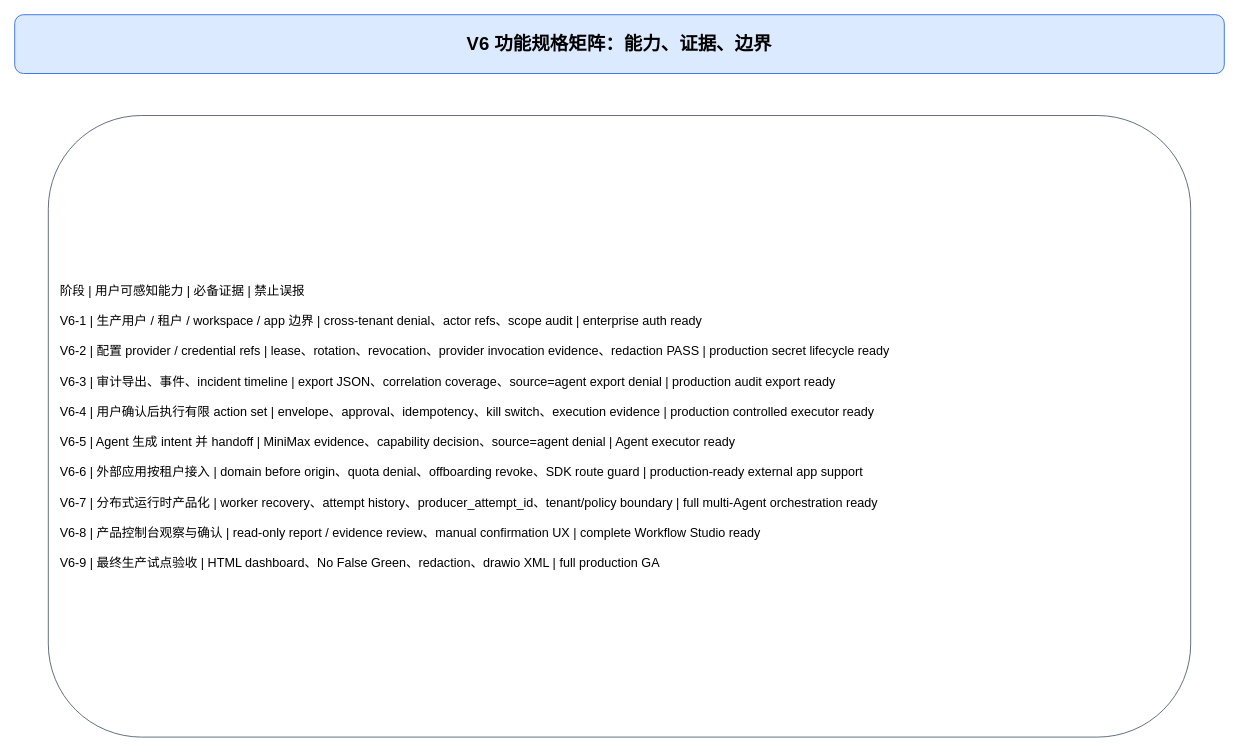
The draw.io diagram page "04 功能规格矩阵" (4 of 8) of harnessOS/docs/design/V6.x/v6_current_gap_analysis.drawio in ljx418/meeting-voice-assistant, before the edit. Source tidied: cells renumbered, new cells numbered last; positions are measured from the earlier drawing's top-left corner, leaving out a move shared by most shapes. Both pictures are drawn from the tidied source at 84%, with x=0, y=0 at pixel (14, 14).
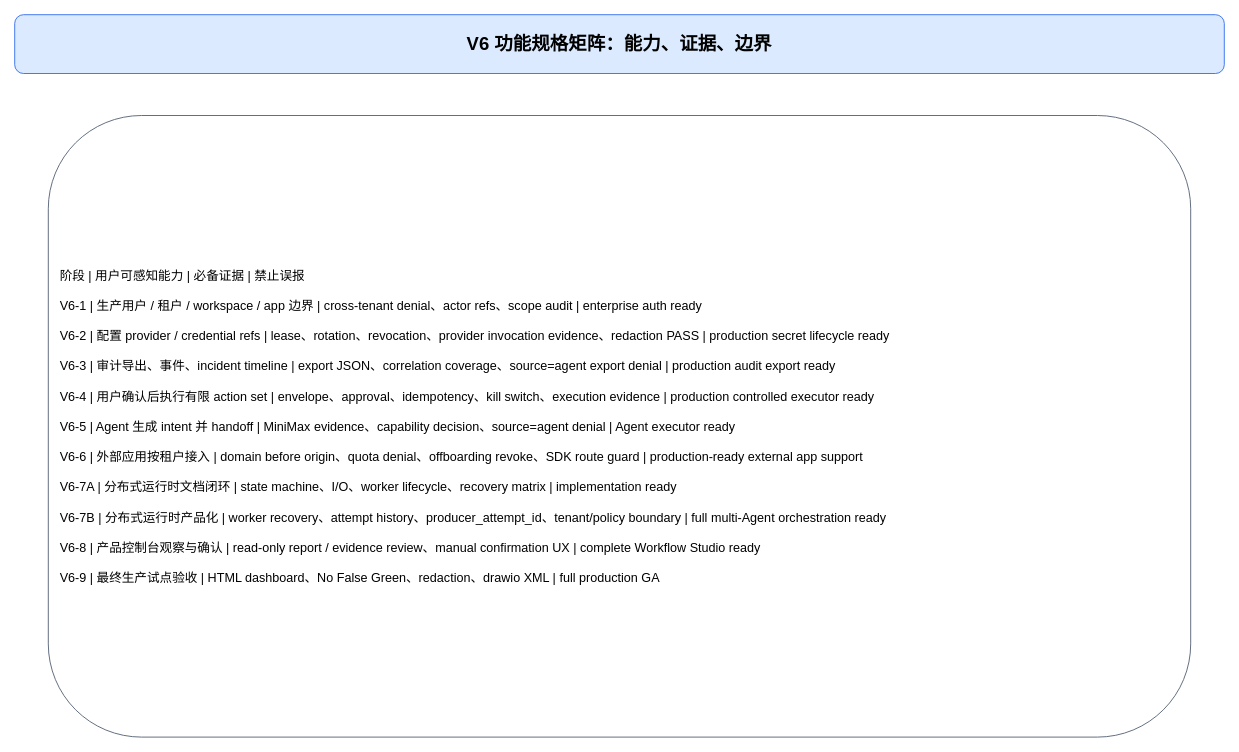
After the change.

Diff of the diagram source:
```diff
@@
 <mxGraphModel>
   <root>
     <mxCell id="0" />
     <mxCell id="1" parent="0" />
     <mxCell id="2" value="V6 功能规格矩阵：能力、证据、边界" style="rounded=1;whiteSpace=wrap;html=1;fillColor=#dbeafe;strokeColor=#2563eb;fontSize=22;fontStyle=1;align=center;" parent="1" vertex="1">
       <mxGeometry width="1440" height="70" as="geometry" />
     </mxCell>
-    <mxCell id="3" value="阶段 | 用户可感知能力 | 必备证据 | 禁止误报&#10;&#10;V6-1 | 生产用户 / 租户 / workspace / app 边界 | cross-tenant denial、actor refs、scope audit | enterprise auth ready&#10;&#10;V6-2 | 配置 provider / credential refs | lease、rotation、revocation、provider invocation evidence、redaction PASS | production secret lifecycle ready&#10;&#10;V6-3 | 审计导出、事件、incident timeline | export JSON、correlation coverage、source=agent export denial | production audit export ready&#10;&#10;V6-4 | 用户确认后执行有限 action set | envelope、approval、idempotency、kill switch、execution evidence | production controlled executor ready&#10;&#10;V6-5 | Agent 生成 intent 并 handoff | MiniMax evidence、capability decision、source=agent denial | Agent executor ready&#10;&#10;V6-6 | 外部应用按租户接入 | domain before origin、quota denial、offboarding revoke、SDK route guard | production-ready external app support&#10;&#10;V6-7 | 分布式运行时产品化 | worker recovery、attempt history、producer_attempt_id、tenant/policy boundary | full multi-Agent orchestration ready&#10;&#10;V6-8 | 产品控制台观察与确认 | read-only report / evidence review、manual confirmation UX | complete Workflow Studio ready&#10;&#10;V6-9 | 最终生产试点验收 | HTML dashboard、No False Green、redaction、drawio XML | full production GA" style="rounded=1;whiteSpace=wrap;html=1;fillColor=#ffffff;strokeColor=#475569;fontSize=15;align=left;spacing=14;" parent="1" vertex="1">
+    <mxCell id="3" value="阶段 | 用户可感知能力 | 必备证据 | 禁止误报&#10;&#10;V6-1 | 生产用户 / 租户 / workspace / app 边界 | cross-tenant denial、actor refs、scope audit | enterprise auth ready&#10;&#10;V6-2 | 配置 provider / credential refs | lease、rotation、revocation、provider invocation evidence、redaction PASS | production secret lifecycle ready&#10;&#10;V6-3 | 审计导出、事件、incident timeline | export JSON、correlation coverage、source=agent export denial | production audit export ready&#10;&#10;V6-4 | 用户确认后执行有限 action set | envelope、approval、idempotency、kill switch、execution evidence | production controlled executor ready&#10;&#10;V6-5 | Agent 生成 intent 并 handoff | MiniMax evidence、capability decision、source=agent denial | Agent executor ready&#10;&#10;V6-6 | 外部应用按租户接入 | domain before origin、quota denial、offboarding revoke、SDK route guard | production-ready external app support&#10;&#10;V6-7A | 分布式运行时文档闭环 | state machine、I/O、worker lifecycle、recovery matrix | implementation ready&#10;&#10;V6-7B | 分布式运行时产品化 | worker recovery、attempt history、producer_attempt_id、tenant/policy boundary | full multi-Agent orchestration ready&#10;&#10;V6-8 | 产品控制台观察与确认 | read-only report / evidence review、manual confirmation UX | complete Workflow Studio ready&#10;&#10;V6-9 | 最终生产试点验收 | HTML dashboard、No False Green、redaction、drawio XML | full production GA" style="rounded=1;whiteSpace=wrap;html=1;fillColor=#ffffff;strokeColor=#475569;fontSize=15;align=left;spacing=14;" parent="1" vertex="1">
       <mxGeometry x="40" y="120" width="1360" height="740" as="geometry" />
     </mxCell>
   </root>
 </mxGraphModel>
```
